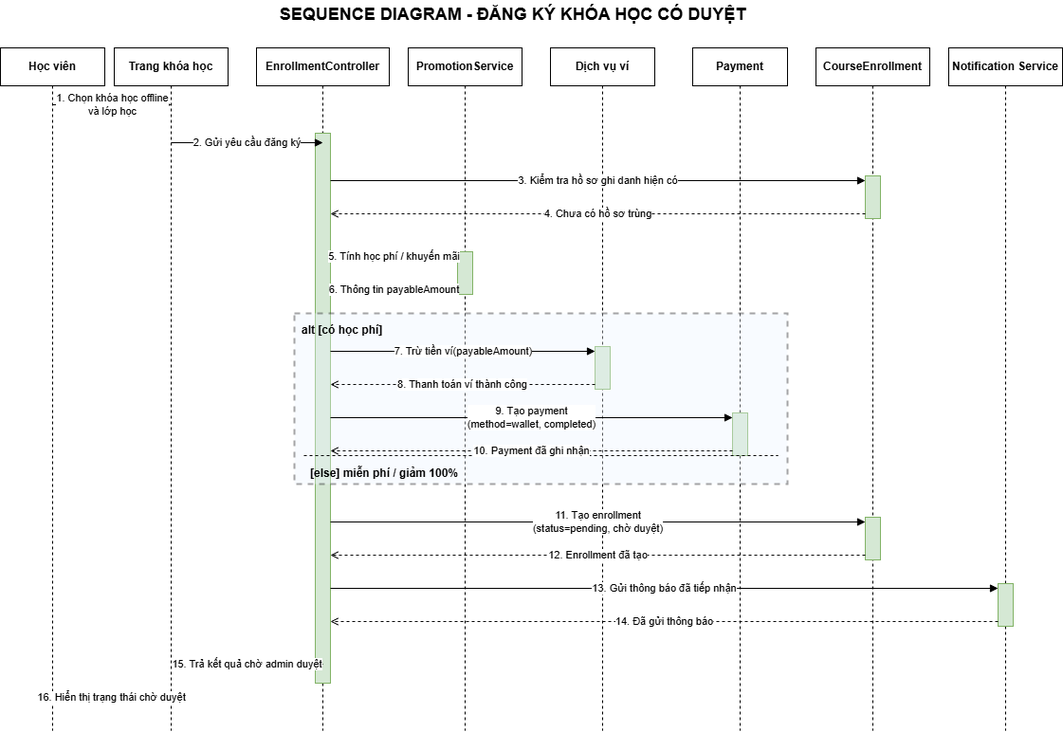
Before: docs/anhuml/07_sequence-enrollment-manual-approval.png, a diagram exported from draw.io (DangThanh2204/CongDangKy_KhaiTriEdu_Laravel-). Source tidied: cells renumbered, new cells last; positions are measured from the earlier drawing's top-left corner, leaving out a move shared by most shapes.
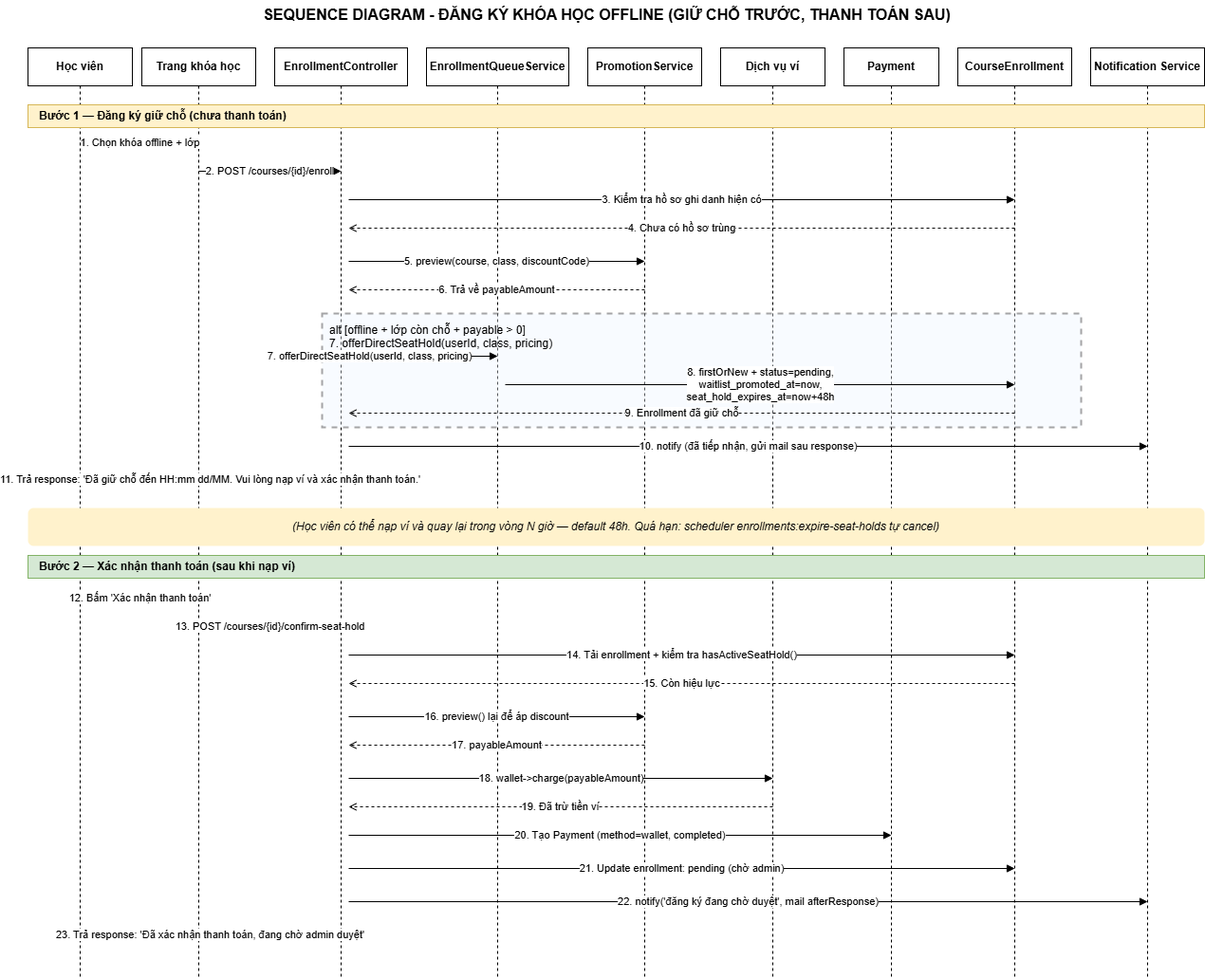
The same diagram one commit later.

The edit, as a diff of the source:
```diff
@@ -4,4 +4,4 @@
     <mxCell id="1" parent="0" />
-    <mxCell id="2" value="SEQUENCE DIAGRAM - ĐĂNG KÝ KHÓA HỌC CÓ DUYỆT" style="text;html=1;strokeColor=none;fillColor=none;align=center;verticalAlign=middle;fontStyle=1;fontSize=18;" parent="1" vertex="1">
-      <mxGeometry x="180" width="720" height="30" as="geometry" />
+    <mxCell id="2" value="SEQUENCE DIAGRAM - ĐĂNG KÝ KHÓA HỌC OFFLINE (GIỮ CHỖ TRƯỚC, THANH TOÁN SAU)" style="text;html=1;strokeColor=none;fillColor=none;align=center;verticalAlign=middle;fontStyle=1;fontSize=16;" parent="1" vertex="1">
+      <mxGeometry x="140" width="940" height="30" as="geometry" />
     </mxCell>
@@ -14,18 +14,21 @@
     <mxCell id="5" value="EnrollmentController" style="rounded=0;whiteSpace=wrap;html=1;fontStyle=1;" parent="1" vertex="1">
-      <mxGeometry x="270" y="50" width="140" height="40" as="geometry" />
+      <mxGeometry x="260" y="50" width="140" height="40" as="geometry" />
     </mxCell>
+    <mxCell id="45" value="EnrollmentQueueService" style="rounded=0;whiteSpace=wrap;html=1;fontStyle=1;" parent="1" vertex="1">
+      <mxGeometry x="420" y="50" width="150" height="40" as="geometry" />
+    </mxCell>
     <mxCell id="6" value="PromotionService" style="rounded=0;whiteSpace=wrap;html=1;fontStyle=1;" parent="1" vertex="1">
-      <mxGeometry x="430" y="50" width="120" height="40" as="geometry" />
+      <mxGeometry x="590" y="50" width="120" height="40" as="geometry" />
     </mxCell>
     <mxCell id="7" value="Dịch vụ ví" style="rounded=0;whiteSpace=wrap;html=1;fontStyle=1;" parent="1" vertex="1">
-      <mxGeometry x="580" y="50" width="110" height="40" as="geometry" />
+      <mxGeometry x="730" y="50" width="110" height="40" as="geometry" />
     </mxCell>
     <mxCell id="8" value="Payment" style="rounded=0;whiteSpace=wrap;html=1;fontStyle=1;" parent="1" vertex="1">
-      <mxGeometry x="730" y="50" width="100" height="40" as="geometry" />
+      <mxGeometry x="860" y="50" width="100" height="40" as="geometry" />
     </mxCell>
     <mxCell id="9" value="CourseEnrollment" style="rounded=0;whiteSpace=wrap;html=1;fontStyle=1;" parent="1" vertex="1">
-      <mxGeometry x="860" y="50" width="120" height="40" as="geometry" />
+      <mxGeometry x="980" y="50" width="120" height="40" as="geometry" />
     </mxCell>
     <mxCell id="10" value="Notification Service" style="rounded=0;whiteSpace=wrap;html=1;fontStyle=1;" parent="1" vertex="1">
-      <mxGeometry x="1000" y="50" width="120" height="40" as="geometry" />
+      <mxGeometry x="1120" y="50" width="120" height="40" as="geometry" />
     </mxCell>
@@ -34,3 +37,3 @@
         <mxPoint x="55" y="90" as="sourcePoint" />
-        <mxPoint x="55" y="770" as="targetPoint" />
+        <mxPoint x="55" y="1030" as="targetPoint" />
       </mxGeometry>
@@ -40,3 +43,3 @@
         <mxPoint x="180" y="90" as="sourcePoint" />
-        <mxPoint x="180" y="770" as="targetPoint" />
+        <mxPoint x="180" y="1030" as="targetPoint" />
       </mxGeometry>
@@ -45,10 +48,16 @@
       <mxGeometry relative="1" as="geometry">
-        <mxPoint x="340" y="90" as="sourcePoint" />
-        <mxPoint x="340" y="770" as="targetPoint" />
+        <mxPoint x="330" y="90" as="sourcePoint" />
+        <mxPoint x="330" y="1030" as="targetPoint" />
       </mxGeometry>
     </mxCell>
+    <mxCell id="46" style="dashed=1;endArrow=none;html=1;" parent="1" edge="1">
+      <mxGeometry relative="1" as="geometry">
+        <mxPoint x="495" y="90" as="sourcePoint" />
+        <mxPoint x="495" y="1030" as="targetPoint" />
+      </mxGeometry>
+    </mxCell>
     <mxCell id="14" style="dashed=1;endArrow=none;html=1;" parent="1" edge="1">
       <mxGeometry relative="1" as="geometry">
-        <mxPoint x="490" y="90" as="sourcePoint" />
-        <mxPoint x="490" y="770" as="targetPoint" />
+        <mxPoint x="650" y="90" as="sourcePoint" />
+        <mxPoint x="650" y="1030" as="targetPoint" />
       </mxGeometry>
@@ -57,4 +66,4 @@
       <mxGeometry relative="1" as="geometry">
-        <mxPoint x="635" y="90" as="sourcePoint" />
-        <mxPoint x="635" y="770" as="targetPoint" />
+        <mxPoint x="785" y="90" as="sourcePoint" />
+        <mxPoint x="785" y="1030" as="targetPoint" />
       </mxGeometry>
@@ -63,4 +72,4 @@
       <mxGeometry relative="1" as="geometry">
-        <mxPoint x="780" y="90" as="sourcePoint" />
-        <mxPoint x="780" y="770" as="targetPoint" />
+        <mxPoint x="910" y="90" as="sourcePoint" />
+        <mxPoint x="910" y="1030" as="targetPoint" />
       </mxGeometry>
@@ -69,4 +78,4 @@
       <mxGeometry relative="1" as="geometry">
-        <mxPoint x="920" y="90" as="sourcePoint" />
-        <mxPoint x="920" y="770" as="targetPoint" />
+        <mxPoint x="1040" y="90" as="sourcePoint" />
+        <mxPoint x="1040" y="1030" as="targetPoint" />
       </mxGeometry>
@@ -75,37 +84,19 @@
       <mxGeometry relative="1" as="geometry">
-        <mxPoint x="1060" y="90" as="sourcePoint" />
-        <mxPoint x="1060" y="770" as="targetPoint" />
+        <mxPoint x="1180" y="90" as="sourcePoint" />
+        <mxPoint x="1180" y="1030" as="targetPoint" />
       </mxGeometry>
     </mxCell>
-    <mxCell id="19" style="rounded=0;whiteSpace=wrap;html=1;fillColor=#d5e8d4;strokeColor=#82b366;" parent="1" vertex="1">
-      <mxGeometry x="332" y="140" width="16" height="580" as="geometry" />
-    </mxCell>
-    <mxCell id="20" style="rounded=0;whiteSpace=wrap;html=1;fillColor=#d5e8d4;strokeColor=#82b366;" parent="1" vertex="1">
-      <mxGeometry x="912" y="185" width="16" height="45" as="geometry" />
-    </mxCell>
-    <mxCell id="21" style="rounded=0;whiteSpace=wrap;html=1;fillColor=#d5e8d4;strokeColor=#82b366;" parent="1" vertex="1">
-      <mxGeometry x="482" y="265" width="16" height="45" as="geometry" />
-    </mxCell>
-    <mxCell id="22" style="rounded=0;whiteSpace=wrap;html=1;fillColor=#d5e8d4;strokeColor=#82b366;" parent="1" vertex="1">
-      <mxGeometry x="627" y="365" width="16" height="45" as="geometry" />
-    </mxCell>
-    <mxCell id="23" style="rounded=0;whiteSpace=wrap;html=1;fillColor=#d5e8d4;strokeColor=#82b366;" parent="1" vertex="1">
-      <mxGeometry x="772" y="435" width="16" height="45" as="geometry" />
-    </mxCell>
-    <mxCell id="24" style="rounded=0;whiteSpace=wrap;html=1;fillColor=#d5e8d4;strokeColor=#82b366;" parent="1" vertex="1">
-      <mxGeometry x="912" y="545" width="16" height="45" as="geometry" />
-    </mxCell>
-    <mxCell id="25" style="rounded=0;whiteSpace=wrap;html=1;fillColor=#d5e8d4;strokeColor=#82b366;" parent="1" vertex="1">
-      <mxGeometry x="1052" y="615" width="16" height="45" as="geometry" />
-    </mxCell>
+    <mxCell id="47" value="Bước 1 — Đăng ký giữ chỗ (chưa thanh toán)" style="rounded=0;whiteSpace=wrap;html=1;fontStyle=1;fillColor=#fff2cc;strokeColor=#d6b656;align=left;spacingLeft=10;" parent="1" vertex="1">
+      <mxGeometry y="110" width="1240" height="24" as="geometry" />
+    </mxCell>
-    <mxCell id="26" value="1. Chọn khóa học offline&#10;và lớp học" style="edgeStyle=none;rounded=0;html=1;endArrow=block;" parent="1" edge="1">
+    <mxCell id="26" value="1. Chọn khóa offline + lớp" style="edgeStyle=none;rounded=0;html=1;endArrow=block;" parent="1" edge="1">
       <mxGeometry relative="1" as="geometry">
-        <mxPoint x="55" y="110" as="sourcePoint" />
-        <mxPoint x="180" y="110" as="targetPoint" />
+        <mxPoint x="55" y="150" as="sourcePoint" />
+        <mxPoint x="180" y="150" as="targetPoint" />
       </mxGeometry>
     </mxCell>
-    <mxCell id="27" value="2. Gửi yêu cầu đăng ký" style="edgeStyle=none;rounded=0;html=1;endArrow=block;" parent="1" edge="1">
+    <mxCell id="27" value="2. POST /courses/{id}/enroll" style="edgeStyle=none;rounded=0;html=1;endArrow=block;" parent="1" edge="1">
       <mxGeometry relative="1" as="geometry">
-        <mxPoint x="180" y="150" as="sourcePoint" />
-        <mxPoint x="340" y="150" as="targetPoint" />
+        <mxPoint x="180" y="180" as="sourcePoint" />
+        <mxPoint x="330" y="180" as="targetPoint" />
       </mxGeometry>
@@ -114,4 +105,4 @@
       <mxGeometry relative="1" as="geometry">
-        <mxPoint x="348" y="190" as="sourcePoint" />
-        <mxPoint x="912" y="190" as="targetPoint" />
+        <mxPoint x="338" y="210" as="sourcePoint" />
+        <mxPoint x="1040" y="210" as="targetPoint" />
       </mxGeometry>
@@ -120,90 +111,129 @@
       <mxGeometry relative="1" as="geometry">
-        <mxPoint x="912" y="225" as="sourcePoint" />
-        <mxPoint x="348" y="225" as="targetPoint" />
+        <mxPoint x="1040" y="240" as="sourcePoint" />
+        <mxPoint x="338" y="240" as="targetPoint" />
       </mxGeometry>
     </mxCell>
-    <mxCell id="30" value="5. Tính học phí / khuyến mãi" style="edgeStyle=none;rounded=0;html=1;endArrow=block;" parent="1" edge="1">
+    <mxCell id="30" value="5. preview(course, class, discountCode)" style="edgeStyle=none;rounded=0;html=1;endArrow=block;" parent="1" edge="1">
       <mxGeometry relative="1" as="geometry">
-        <mxPoint x="348" y="270" as="sourcePoint" />
-        <mxPoint x="482" y="270" as="targetPoint" />
+        <mxPoint x="338" y="275" as="sourcePoint" />
+        <mxPoint x="650" y="275" as="targetPoint" />
       </mxGeometry>
     </mxCell>
-    <mxCell id="31" value="6. Thông tin payableAmount" style="edgeStyle=none;rounded=0;dashed=1;endArrow=open;endFill=0;html=1;" parent="1" edge="1">
+    <mxCell id="31" value="6. Trả về payableAmount" style="edgeStyle=none;rounded=0;dashed=1;endArrow=open;endFill=0;html=1;" parent="1" edge="1">
       <mxGeometry relative="1" as="geometry">
-        <mxPoint x="482" y="305" as="sourcePoint" />
-        <mxPoint x="348" y="305" as="targetPoint" />
+        <mxPoint x="650" y="305" as="sourcePoint" />
+        <mxPoint x="338" y="305" as="targetPoint" />
       </mxGeometry>
     </mxCell>
-    <mxCell id="32" value="alt [có học phí]" style="rounded=0;dashed=1;whiteSpace=wrap;html=1;fontStyle=1;align=left;verticalAlign=top;spacingTop=4;spacingLeft=6;fillColor=#EAF3FF;opacity=35;strokeWidth=2;" parent="1" vertex="1">
-      <mxGeometry x="310" y="330" width="520" height="180" as="geometry" />
-    </mxCell>
-    <mxCell id="33" style="dashed=1;endArrow=none;html=1;" parent="1" edge="1">
-      <mxGeometry relative="1" as="geometry">
-        <mxPoint x="320" y="480" as="sourcePoint" />
-        <mxPoint x="820" y="480" as="targetPoint" />
-      </mxGeometry>
-    </mxCell>
-    <mxCell id="34" value="[else] miễn phí / giảm 100%" style="text;html=1;strokeColor=none;fillColor=none;align=left;verticalAlign=top;fontStyle=1;" parent="1" vertex="1">
-      <mxGeometry x="325" y="485" width="230" height="20" as="geometry" />
-    </mxCell>
+    <mxCell id="48" value="alt [offline + lớp còn chỗ + payable &gt; 0]&#10;7. offerDirectSeatHold(userId, class, pricing)" style="rounded=0;dashed=1;whiteSpace=wrap;html=1;fontStyle=0;align=left;verticalAlign=top;spacingTop=4;spacingLeft=6;fillColor=#EAF3FF;opacity=35;strokeWidth=2;" parent="1" vertex="1">
+      <mxGeometry x="310" y="330" width="800" height="120" as="geometry" />
+    </mxCell>
-    <mxCell id="35" value="7. Trừ tiền ví(payableAmount)" style="edgeStyle=none;rounded=0;html=1;endArrow=block;" parent="1" edge="1">
-      <mxGeometry relative="1" as="geometry">
-        <mxPoint x="348" y="370" as="sourcePoint" />
-        <mxPoint x="627" y="370" as="targetPoint" />
+    <mxCell id="35" value="7. offerDirectSeatHold(userId, class, pricing)" style="edgeStyle=none;rounded=0;html=1;endArrow=block;" parent="1" edge="1">
+      <mxGeometry x="-0.72" relative="1" as="geometry">
+        <mxPoint x="338" y="375" as="sourcePoint" />
+        <mxPoint x="495" y="375" as="targetPoint" />
       </mxGeometry>
     </mxCell>
-    <mxCell id="36" value="8. Thanh toán ví thành công" style="edgeStyle=none;rounded=0;dashed=1;endArrow=open;endFill=0;html=1;" parent="1" edge="1">
+    <mxCell id="36" value="8. firstOrNew + status=pending,&#10;waitlist_promoted_at=now,&#10;seat_hold_expires_at=now+48h" style="edgeStyle=none;rounded=0;html=1;endArrow=block;" parent="1" edge="1">
       <mxGeometry relative="1" as="geometry">
-        <mxPoint x="627" y="405" as="sourcePoint" />
-        <mxPoint x="348" y="405" as="targetPoint" />
+        <mxPoint x="503" y="405" as="sourcePoint" />
+        <mxPoint x="1040" y="405" as="targetPoint" />
       </mxGeometry>
     </mxCell>
-    <mxCell id="37" value="9. Tạo payment&#10;(method=wallet, completed)" style="edgeStyle=none;rounded=0;html=1;endArrow=block;" parent="1" edge="1">
+    <mxCell id="37" value="9. Enrollment đã giữ chỗ" style="edgeStyle=none;rounded=0;dashed=1;endArrow=open;endFill=0;html=1;" parent="1" edge="1">
       <mxGeometry relative="1" as="geometry">
-        <mxPoint x="348" y="440" as="sourcePoint" />
-        <mxPoint x="772" y="440" as="targetPoint" />
+        <mxPoint x="1040" y="435" as="sourcePoint" />
+        <mxPoint x="338" y="435" as="targetPoint" />
       </mxGeometry>
     </mxCell>
-    <mxCell id="38" value="10. Payment đã ghi nhận" style="edgeStyle=none;rounded=0;dashed=1;endArrow=open;endFill=0;html=1;" parent="1" edge="1">
+    <mxCell id="38" value="10. notify (đã tiếp nhận, gửi mail sau response)" style="edgeStyle=none;rounded=0;html=1;endArrow=block;" parent="1" edge="1">
       <mxGeometry relative="1" as="geometry">
-        <mxPoint x="772" y="475" as="sourcePoint" />
-        <mxPoint x="348" y="475" as="targetPoint" />
+        <mxPoint x="338" y="470" as="sourcePoint" />
+        <mxPoint x="1180" y="470" as="targetPoint" />
       </mxGeometry>
     </mxCell>
-    <mxCell id="39" value="11. Tạo enrollment&#10;(status=pending, chờ duyệt)" style="edgeStyle=none;rounded=0;html=1;endArrow=block;" parent="1" edge="1">
+    <mxCell id="39" value="11. Trả response: 'Đã giữ chỗ đến HH:mm dd/MM. Vui lòng nạp ví và xác nhận thanh toán.'" style="edgeStyle=none;rounded=0;dashed=1;endArrow=open;endFill=0;html=1;" parent="1" edge="1">
       <mxGeometry relative="1" as="geometry">
-        <mxPoint x="348" y="550" as="sourcePoint" />
-        <mxPoint x="912" y="550" as="targetPoint" />
+        <mxPoint x="330" y="505" as="sourcePoint" />
+        <mxPoint x="55" y="505" as="targetPoint" />
       </mxGeometry>
     </mxCell>
+    <mxCell id="49" value="(Học viên có thể nạp ví và quay lại trong vòng N giờ — default 48h. Quá hạn: scheduler enrollments:expire-seat-holds tự cancel)" style="text;html=1;strokeColor=none;fillColor=#fff2cc;align=center;verticalAlign=middle;fontStyle=2;whiteSpace=wrap;rounded=1;" parent="1" vertex="1">
+      <mxGeometry y="535" width="1240" height="40" as="geometry" />
+    </mxCell>
+    <mxCell id="50" value="Bước 2 — Xác nhận thanh toán (sau khi nạp ví)" style="rounded=0;whiteSpace=wrap;html=1;fontStyle=1;fillColor=#d5e8d4;strokeColor=#82b366;align=left;spacingLeft=10;" parent="1" vertex="1">
+      <mxGeometry y="585" width="1240" height="24" as="geometry" />
+    </mxCell>
-    <mxCell id="40" value="12. Enrollment đã tạo" style="edgeStyle=none;rounded=0;dashed=1;endArrow=open;endFill=0;html=1;" parent="1" edge="1">
+    <mxCell id="40" value="12. Bấm 'Xác nhận thanh toán'" style="edgeStyle=none;rounded=0;html=1;endArrow=block;" parent="1" edge="1">
       <mxGeometry relative="1" as="geometry">
-        <mxPoint x="912" y="585" as="sourcePoint" />
-        <mxPoint x="348" y="585" as="targetPoint" />
+        <mxPoint x="55" y="630" as="sourcePoint" />
+        <mxPoint x="180" y="630" as="targetPoint" />
       </mxGeometry>
     </mxCell>
-    <mxCell id="41" value="13. Gửi thông báo đã tiếp nhận" style="edgeStyle=none;rounded=0;html=1;endArrow=block;" parent="1" edge="1">
+    <mxCell id="41" value="13. POST /courses/{id}/confirm-seat-hold" style="edgeStyle=none;rounded=0;html=1;endArrow=block;" parent="1" edge="1">
       <mxGeometry relative="1" as="geometry">
-        <mxPoint x="348" y="620" as="sourcePoint" />
-        <mxPoint x="1052" y="620" as="targetPoint" />
+        <mxPoint x="180" y="660" as="sourcePoint" />
+        <mxPoint x="330" y="660" as="targetPoint" />
       </mxGeometry>
     </mxCell>
-    <mxCell id="42" value="14. Đã gửi thông báo" style="edgeStyle=none;rounded=0;dashed=1;endArrow=open;endFill=0;html=1;" parent="1" edge="1">
+    <mxCell id="42" value="14. Tải enrollment + kiểm tra hasActiveSeatHold()" style="edgeStyle=none;rounded=0;html=1;endArrow=block;" parent="1" edge="1">
       <mxGeometry relative="1" as="geometry">
-        <mxPoint x="1052" y="655" as="sourcePoint" />
-        <mxPoint x="348" y="655" as="targetPoint" />
+        <mxPoint x="338" y="690" as="sourcePoint" />
+        <mxPoint x="1040" y="690" as="targetPoint" />
       </mxGeometry>
     </mxCell>
-    <mxCell id="43" value="15. Trả kết quả chờ admin duyệt" style="edgeStyle=none;rounded=0;dashed=1;endArrow=open;endFill=0;html=1;" parent="1" edge="1">
+    <mxCell id="43" value="15. Còn hiệu lực" style="edgeStyle=none;rounded=0;dashed=1;endArrow=open;endFill=0;html=1;" parent="1" edge="1">
       <mxGeometry relative="1" as="geometry">
-        <mxPoint x="340" y="700" as="sourcePoint" />
-        <mxPoint x="180" y="700" as="targetPoint" />
+        <mxPoint x="1040" y="720" as="sourcePoint" />
+        <mxPoint x="338" y="720" as="targetPoint" />
       </mxGeometry>
     </mxCell>
-    <mxCell id="44" value="16. Hiển thị trạng thái chờ duyệt" style="edgeStyle=none;rounded=0;dashed=1;endArrow=open;endFill=0;html=1;" parent="1" edge="1">
+    <mxCell id="44" value="16. preview() lại để áp discount" style="edgeStyle=none;rounded=0;html=1;endArrow=block;" parent="1" edge="1">
       <mxGeometry relative="1" as="geometry">
-        <mxPoint x="180" y="735" as="sourcePoint" />
-        <mxPoint x="55" y="735" as="targetPoint" />
+        <mxPoint x="338" y="755" as="sourcePoint" />
+        <mxPoint x="650" y="755" as="targetPoint" />
       </mxGeometry>
     </mxCell>
+    <mxCell id="51" value="17. payableAmount" style="edgeStyle=none;rounded=0;dashed=1;endArrow=open;endFill=0;html=1;" parent="1" edge="1">
+      <mxGeometry relative="1" as="geometry">
+        <mxPoint x="650" y="785" as="sourcePoint" />
+        <mxPoint x="338" y="785" as="targetPoint" />
+      </mxGeometry>
+    </mxCell>
+    <mxCell id="52" value="18. wallet-&gt;charge(payableAmount)" style="edgeStyle=none;rounded=0;html=1;endArrow=block;" parent="1" edge="1">
+      <mxGeometry relative="1" as="geometry">
+        <mxPoint x="338" y="820" as="sourcePoint" />
+        <mxPoint x="785" y="820" as="targetPoint" />
+      </mxGeometry>
+    </mxCell>
+    <mxCell id="32" value="19. Đã trừ tiền ví" style="edgeStyle=none;rounded=0;dashed=1;endArrow=open;endFill=0;html=1;" parent="1" edge="1">
+      <mxGeometry relative="1" as="geometry">
+        <mxPoint x="785" y="850" as="sourcePoint" />
+        <mxPoint x="338" y="850" as="targetPoint" />
+      </mxGeometry>
+    </mxCell>
+    <mxCell id="33" value="20. Tạo Payment (method=wallet, completed)" style="edgeStyle=none;rounded=0;html=1;endArrow=block;" parent="1" edge="1">
+      <mxGeometry relative="1" as="geometry">
+        <mxPoint x="338" y="880" as="sourcePoint" />
+        <mxPoint x="910" y="880" as="targetPoint" />
+      </mxGeometry>
+    </mxCell>
+    <mxCell id="34" value="21. Update enrollment: pending (chờ admin)" style="edgeStyle=none;rounded=0;html=1;endArrow=block;" parent="1" edge="1">
+      <mxGeometry relative="1" as="geometry">
+        <mxPoint x="338" y="915" as="sourcePoint" />
+        <mxPoint x="1040" y="915" as="targetPoint" />
+      </mxGeometry>
+    </mxCell>
+    <mxCell id="53" value="22. notify('đăng ký đang chờ duyệt', mail afterResponse)" style="edgeStyle=none;rounded=0;html=1;endArrow=block;" parent="1" edge="1">
+      <mxGeometry relative="1" as="geometry">
+        <mxPoint x="338" y="950" as="sourcePoint" />
+        <mxPoint x="1180" y="950" as="targetPoint" />
+      </mxGeometry>
+    </mxCell>
+    <mxCell id="54" value="23. Trả response: 'Đã xác nhận thanh toán, đang chờ admin duyệt'" style="edgeStyle=none;rounded=0;dashed=1;endArrow=open;endFill=0;html=1;" parent="1" edge="1">
+      <mxGeometry relative="1" as="geometry">
+        <mxPoint x="330" y="985" as="sourcePoint" />
+        <mxPoint x="55" y="985" as="targetPoint" />
+      </mxGeometry>
+    </mxCell>
   </root>
```
